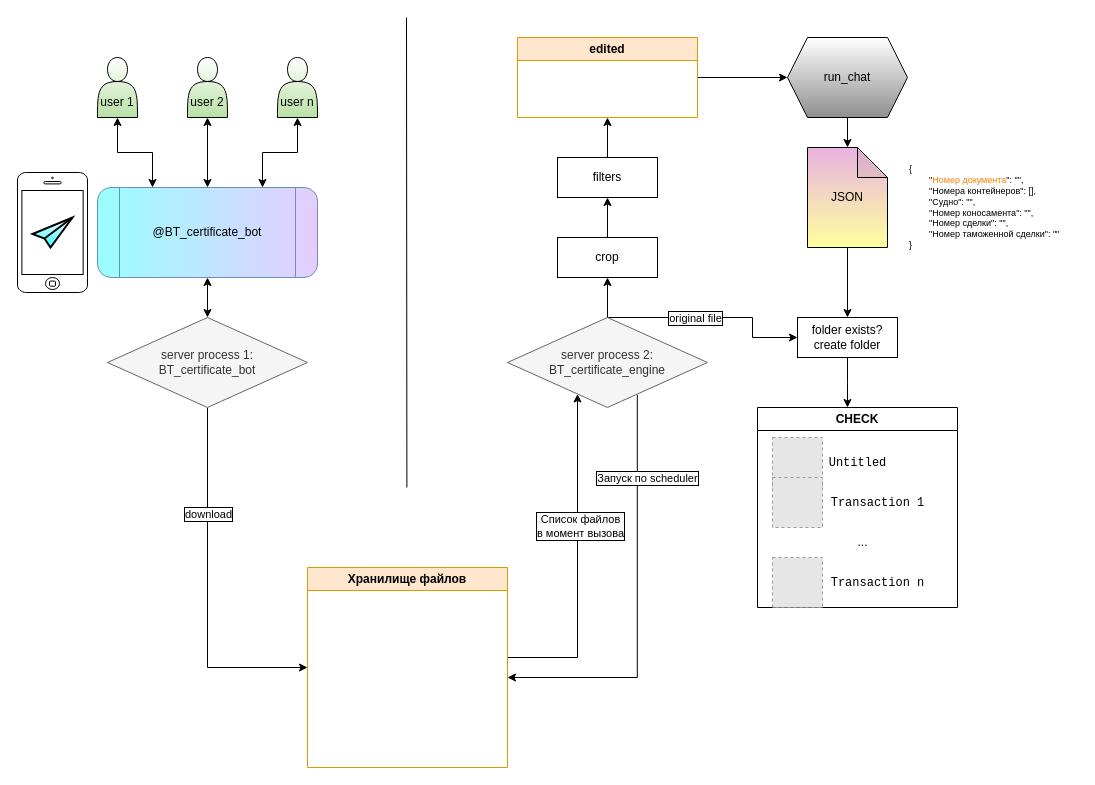
This is SCHEMAS/certificate_bot.drawio from maxfil333/shared, a draw.io file, before an edit. Source tidied: cells renumbered, new cells numbered last; positions are measured from the earlier drawing's top-left corner, leaving out a move shared by most shapes. Both pictures are drawn from the tidied source at 100%, with x=0, y=0 at pixel (17, 17). Pictures stored in the file or linked from it are replaced by grey dashed boxes.
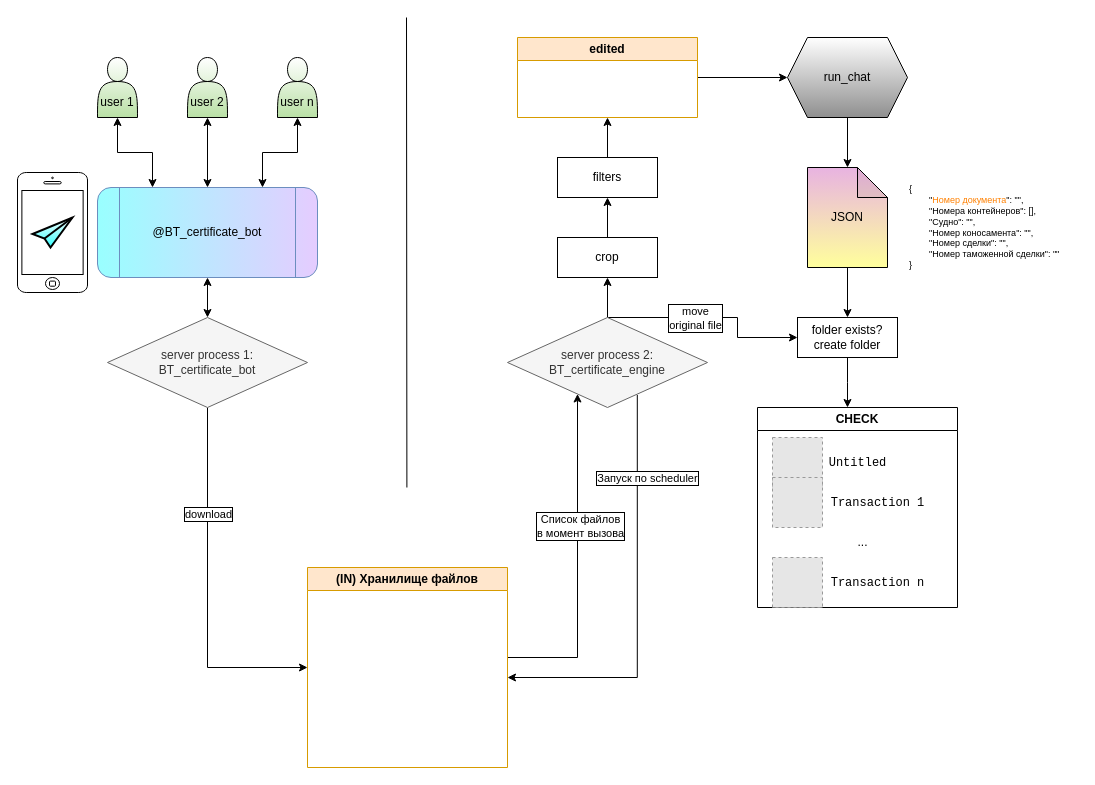
The same page after the edit.

The change refers to these unchanged cells:
```xml
<mxCell id="23" value="&lt;div&gt;server process 2:&lt;/div&gt;BT_certificate_engine" style="rhombus;whiteSpace=wrap;html=1;fillColor=#f5f5f5;fontColor=#333333;strokeColor=#666666;" parent="1" vertex="1">
  <mxGeometry x="490" y="300" width="200" height="90" as="geometry" />
</mxCell>
<mxCell id="29" value="edited" style="swimlane;whiteSpace=wrap;html=1;fillColor=#ffe6cc;strokeColor=#d79b00;" parent="1" vertex="1">
  <mxGeometry x="500" y="20" width="180" height="80" as="geometry" />
</mxCell>
<mxCell id="30" value="run_chat" style="shape=hexagon;perimeter=hexagonPerimeter2;whiteSpace=wrap;html=1;fixedSize=1;gradientColor=#8F8F8F;" parent="1" vertex="1">
  <mxGeometry x="770" y="20" width="120" height="80" as="geometry" />
</mxCell>
<mxCell id="36" value="folder exists?&lt;div&gt;create folder&lt;/div&gt;" style="rounded=0;whiteSpace=wrap;html=1;" parent="1" vertex="1">
  <mxGeometry x="780" y="300" width="100" height="40" as="geometry" />
</mxCell>
```

The edit, as a diff of the source:
```diff
@@
-    <mxCell id="6" value="Хранилище файлов" style="swimlane;whiteSpace=wrap;html=1;fillColor=#ffe6cc;strokeColor=#d79b00;" parent="1" vertex="1">
+    <mxCell id="6" value="(IN) Хранилище файлов" style="swimlane;whiteSpace=wrap;html=1;fillColor=#ffe6cc;strokeColor=#d79b00;" parent="1" vertex="1">
       <mxGeometry x="290" y="550" width="200" height="200" as="geometry" />
     </mxCell>
@@
     <mxCell id="21" style="edgeStyle=orthogonalEdgeStyle;rounded=0;jettySize=auto;html=1;entryX=0;entryY=0.5;entryDx=0;entryDy=0;exitX=0.5;exitY=0;exitDx=0;exitDy=0;flowAnimation=1;" parent="1" edge="1" source="23" target="36">
       <mxGeometry relative="1" as="geometry">
         <Array as="points">
-          <mxPoint x="735" y="300" />
-          <mxPoint x="735" y="320" />
+          <mxPoint x="720" y="300" />
+          <mxPoint x="720" y="320" />
         </Array>
       </mxGeometry>
     </mxCell>
-    <mxCell id="22" value="original file" style="edgeLabel;html=1;align=center;verticalAlign=middle;labelBorderColor=default;" parent="21" vertex="1">
+    <mxCell id="22" value="&lt;div&gt;move&lt;/div&gt;original file" style="edgeLabel;html=1;align=center;verticalAlign=middle;labelBorderColor=default;" parent="21" vertex="1">
       <mxGeometry x="-0.17" relative="1" as="geometry" />
     </mxCell>
@@
-    <mxCell id="28" style="edgeStyle=orthogonalEdgeStyle;rounded=0;jettySize=auto;html=1;entryX=0;entryY=0.5;entryDx=0;entryDy=0;" parent="1" edge="1" source="29" target="30">
+    <mxCell id="28" style="edgeStyle=orthogonalEdgeStyle;rounded=0;jettySize=auto;html=1;entryX=0;entryY=0.5;entryDx=0;entryDy=0;flowAnimation=1;" parent="1" edge="1" source="29" target="30">
       <mxGeometry relative="1" as="geometry" />
     </mxCell>
@@
     <mxCell id="32" value="JSON" style="shape=note;whiteSpace=wrap;html=1;backgroundOutline=1;darkOpacity=0.05;gradientColor=#FFFF9C;fillColor=#E8B3E1;" parent="1" vertex="1">
-      <mxGeometry x="790" y="130" width="80" height="100" as="geometry" />
+      <mxGeometry x="790" y="150" width="80" height="100" as="geometry" />
     </mxCell>
     <mxCell id="33" value="&lt;div style=&quot;font-size: 9px;&quot;&gt;&lt;font style=&quot;font-size: 9px;&quot;&gt;{&lt;/font&gt;&lt;/div&gt;&lt;div style=&quot;font-size: 9px;&quot;&gt;&lt;span style=&quot;white-space-collapse: collapse;&quot;&gt;&lt;font style=&quot;font-size: 9px;&quot;&gt;&lt;span style=&quot;white-space-collapse: preserve;&quot;&gt;&#9;&lt;/span&gt;&quot;&lt;font color=&quot;#ff8000&quot;&gt;Номер документа&lt;/font&gt;&quot;: &quot;&quot;,&lt;/font&gt;&lt;/span&gt;&lt;/div&gt;&lt;div style=&quot;font-size: 9px;&quot;&gt;&lt;span style=&quot;white-space-collapse: collapse;&quot;&gt;&lt;font style=&quot;font-size: 9px;&quot;&gt;&lt;span style=&quot;white-space-collapse: preserve;&quot;&gt;&#9;&lt;/span&gt;&quot;Номера контейнеров&quot;: [],&lt;/font&gt;&lt;/span&gt;&lt;/div&gt;&lt;div style=&quot;font-size: 9px;&quot;&gt;&lt;span style=&quot;white-space-collapse: collapse;&quot;&gt;&lt;font style=&quot;font-size: 9px;&quot;&gt;&lt;span style=&quot;white-space-collapse: preserve;&quot;&gt;&#9;&lt;/span&gt;&quot;Судно&quot;: &quot;&quot;,&lt;/font&gt;&lt;/span&gt;&lt;/div&gt;&lt;div style=&quot;font-size: 9px;&quot;&gt;&lt;span style=&quot;white-space-collapse: collapse;&quot;&gt;&lt;font style=&quot;font-size: 9px;&quot;&gt;&lt;span style=&quot;white-space-collapse: preserve;&quot;&gt;&#9;&lt;/span&gt;&quot;Номер коносамента&quot;: &quot;&quot;,&lt;/font&gt;&lt;/span&gt;&lt;/div&gt;&lt;div style=&quot;font-size: 9px;&quot;&gt;&lt;span style=&quot;white-space-collapse: collapse;&quot;&gt;&lt;font style=&quot;font-size: 9px;&quot;&gt;&lt;span style=&quot;white-space-collapse: preserve;&quot;&gt;&#9;&lt;/span&gt;&quot;Номер сделки&quot;: &quot;&quot;,&lt;/font&gt;&lt;/span&gt;&lt;/div&gt;&lt;div style=&quot;font-size: 9px;&quot;&gt;&lt;span style=&quot;white-space-collapse: collapse;&quot;&gt;&lt;font style=&quot;font-size: 9px;&quot;&gt;&lt;span style=&quot;white-space-collapse: preserve;&quot;&gt;&#9;&lt;/span&gt;&quot;Номер таможенной сделки&quot;: &quot;&quot;&lt;/font&gt;&lt;/span&gt;&lt;/div&gt;&lt;div style=&quot;font-size: 9px;&quot;&gt;&lt;font style=&quot;font-size: 9px;&quot;&gt;}&lt;/font&gt;&lt;/div&gt;" style="text;html=1;align=left;verticalAlign=middle;strokeColor=none;fillColor=none;glass=0;rounded=0;" parent="1" vertex="1">
-      <mxGeometry x="890" y="140" width="170" height="100" as="geometry" />
+      <mxGeometry x="890" y="160" width="170" height="100" as="geometry" />
     </mxCell>
-    <mxCell id="34" style="edgeStyle=orthogonalEdgeStyle;rounded=0;jettySize=auto;html=1;entryX=0.5;entryY=0;entryDx=0;entryDy=0;entryPerimeter=0;" parent="1" edge="1" source="30" target="32">
+    <mxCell id="34" style="edgeStyle=orthogonalEdgeStyle;rounded=0;jettySize=auto;html=1;entryX=0.5;entryY=0;entryDx=0;entryDy=0;entryPerimeter=0;flowAnimation=1;" parent="1" edge="1" source="30" target="32">
       <mxGeometry relative="1" as="geometry" />
     </mxCell>
-    <mxCell id="35" style="edgeStyle=orthogonalEdgeStyle;rounded=0;jettySize=auto;html=1;" parent="1" edge="1" source="36">
+    <mxCell id="35" style="edgeStyle=orthogonalEdgeStyle;rounded=0;jettySize=auto;html=1;flowAnimation=1;" parent="1" edge="1" source="36">
       <mxGeometry relative="1" as="geometry">
         <mxPoint x="830" y="390" as="targetPoint" />
       </mxGeometry>
     </mxCell>
```
